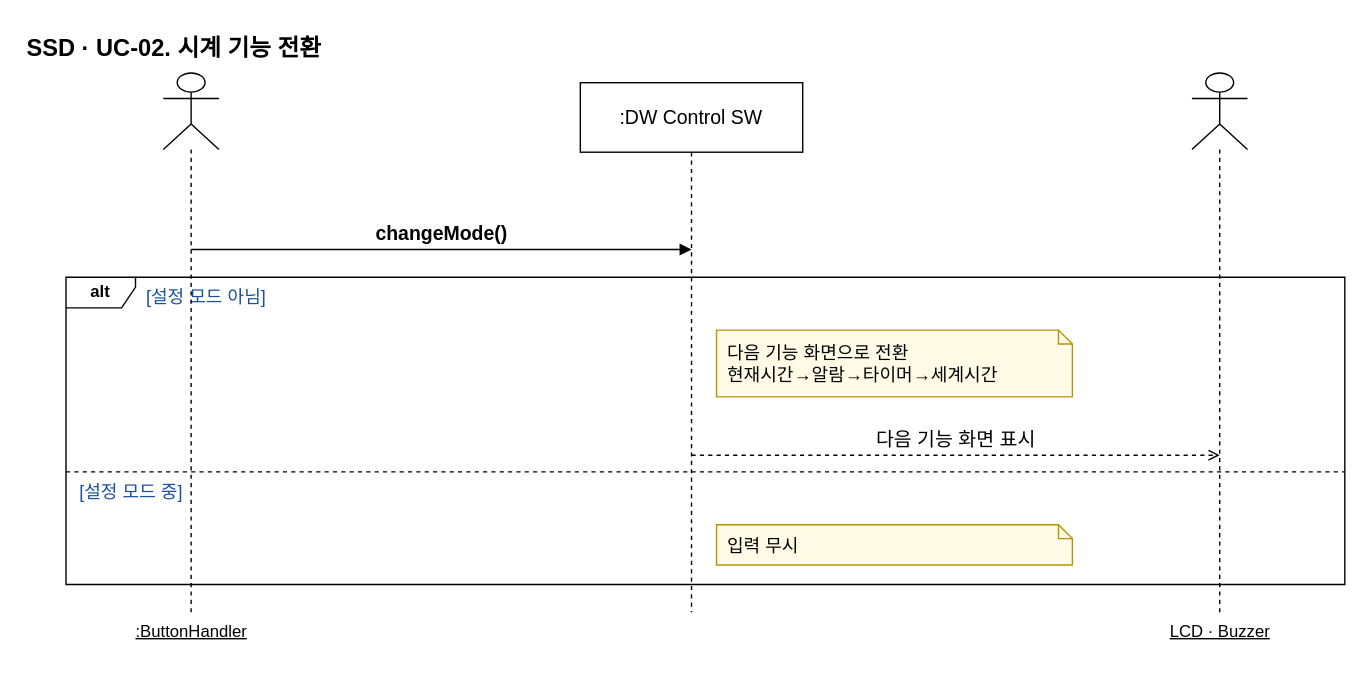
Above: page "UC-02" (2 of 12) of docs/OOAD/practice/ssd/DigitalWatch_SSD.drawio in sspring2048/AssoArch (draw.io), before the change. Source tidied: cells renumbered, new cells numbered last; positions are measured from the earlier drawing's top-left corner, leaving out a move shared by most shapes. Both pictures are drawn from the tidied source at 139%, with x=0, y=0 at pixel (24, 24).
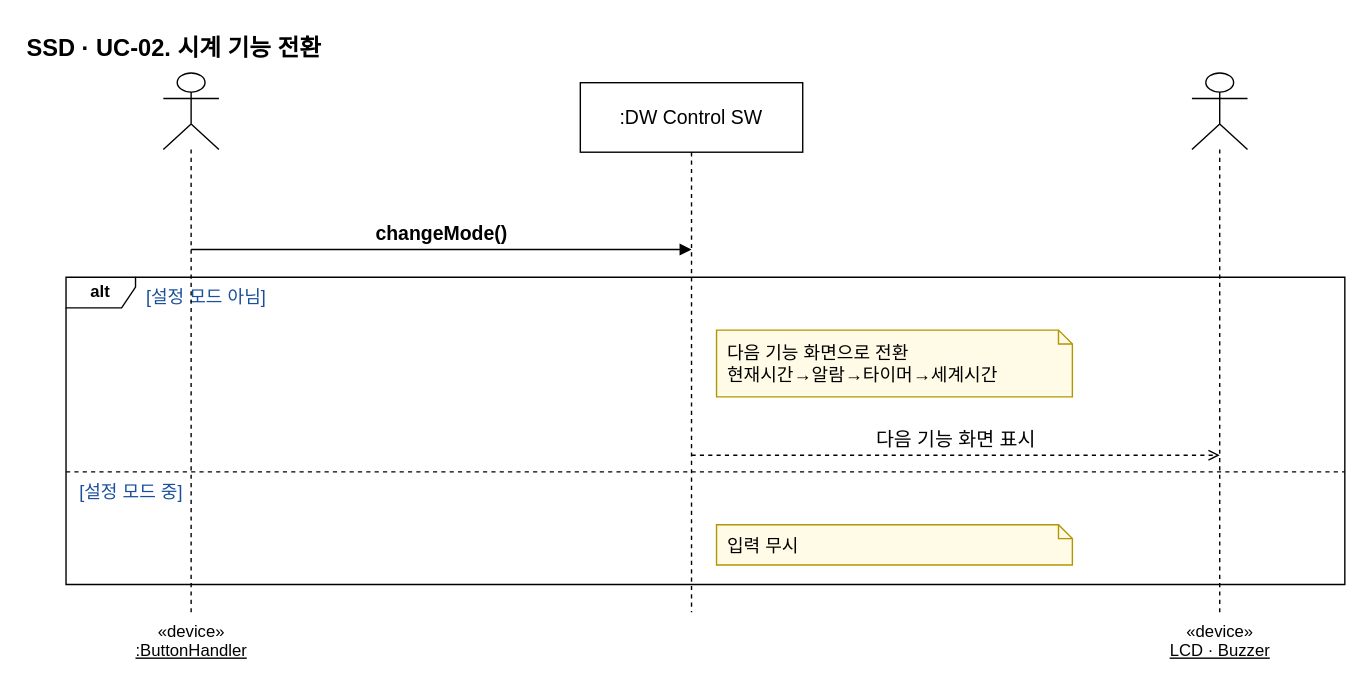
The same diagram, later.

What changed in the source:
```diff
@@
 <mxGraphModel>
   <root>
     <mxCell id="0" />
     <mxCell id="1" parent="0" />
     <mxCell id="2" value="SSD · UC-02. 시계 기능 전환" style="text;fontSize=17;fontStyle=1;align=left;" parent="1" vertex="1">
       <mxGeometry width="500" height="30" as="geometry" />
     </mxCell>
     <mxCell id="3" value="alt" style="shape=umlFrame;whiteSpace=wrap;html=1;width=50;height=22;fontStyle=1;fillColor=none;" parent="1" vertex="1">
       <mxGeometry x="30" y="182" width="920" height="221" as="geometry" />
     </mxCell>
     <mxCell id="4" value="[설정 모드 아님]" style="text;fontSize=13;fontColor=#1a4f9c;align=left;" parent="1" vertex="1">
       <mxGeometry x="86" y="182" width="854" height="22" as="geometry" />
     </mxCell>
     <mxCell id="5" style="endArrow=none;dashed=1;html=1;" parent="1" edge="1">
       <mxGeometry relative="1" as="geometry">
         <mxPoint x="30" y="322" as="sourcePoint" />
         <mxPoint x="950" y="322" as="targetPoint" />
       </mxGeometry>
     </mxCell>
     <mxCell id="6" value="[설정 모드 중]" style="text;fontSize=13;fontColor=#1a4f9c;align=left;" parent="1" vertex="1">
       <mxGeometry x="38" y="322" width="902" height="22" as="geometry" />
     </mxCell>
-    <mxCell id="7" value=":ButtonHandler" style="shape=umlLifeline;participant=umlActor;perimeter=lifelinePerimeter;html=1;size=55;verticalLabelPosition=bottom;verticalAlign=top;fontStyle=4;" parent="1" vertex="1">
+    <mxCell id="7" value="«device»&lt;br&gt;&lt;u&gt;:ButtonHandler&lt;/u&gt;" style="shape=umlLifeline;participant=umlActor;perimeter=lifelinePerimeter;html=1;size=55;verticalLabelPosition=bottom;verticalAlign=top;html=1;" parent="1" vertex="1">
       <mxGeometry x="100" y="35" width="40" height="388" as="geometry" />
     </mxCell>
     <mxCell id="8" value=":DW Control SW" style="shape=umlLifeline;perimeter=lifelinePerimeter;whiteSpace=wrap;html=1;size=50;fontSize=14;" parent="1" vertex="1">
       <mxGeometry x="400" y="42" width="160" height="381" as="geometry" />
     </mxCell>
-    <mxCell id="9" value="LCD · Buzzer" style="shape=umlLifeline;participant=umlActor;perimeter=lifelinePerimeter;html=1;size=55;verticalLabelPosition=bottom;verticalAlign=top;fontStyle=4;" parent="1" vertex="1">
+    <mxCell id="9" value="«device»&lt;br&gt;&lt;u&gt;LCD · Buzzer&lt;/u&gt;" style="shape=umlLifeline;participant=umlActor;perimeter=lifelinePerimeter;html=1;size=55;verticalLabelPosition=bottom;verticalAlign=top;html=1;" parent="1" vertex="1">
       <mxGeometry x="840" y="35" width="40" height="388" as="geometry" />
     </mxCell>
     <mxCell id="10" value="changeMode()" style="html=1;verticalAlign=bottom;fontSize=14;endArrow=block;endFill=1;fontStyle=1;" parent="1" edge="1">
       <mxGeometry relative="1" as="geometry">
         <mxPoint x="120" y="162" as="sourcePoint" />
         <mxPoint x="480" y="162" as="targetPoint" />
       </mxGeometry>
     </mxCell>
     <mxCell id="11" value="다음 기능 화면으로 전환&lt;br&gt;현재시간→알람→타이머→세계시간" style="shape=note;size=10;whiteSpace=wrap;html=1;align=left;spacingLeft=6;fontSize=13;fillColor=#fffbe6;strokeColor=#b39500;" parent="1" vertex="1">
       <mxGeometry x="498" y="220" width="256" height="48" as="geometry" />
     </mxCell>
     <mxCell id="12" value="다음 기능 화면 표시" style="html=1;verticalAlign=bottom;fontSize=14;endArrow=open;dashed=1;" parent="1" edge="1">
       <mxGeometry relative="1" as="geometry">
         <mxPoint x="480" y="310" as="sourcePoint" />
         <mxPoint x="860" y="310" as="targetPoint" />
       </mxGeometry>
     </mxCell>
     <mxCell id="13" value="입력 무시" style="shape=note;size=10;whiteSpace=wrap;html=1;align=left;spacingLeft=6;fontSize=13;fillColor=#fffbe6;strokeColor=#b39500;" parent="1" vertex="1">
       <mxGeometry x="498" y="360" width="256" height="29" as="geometry" />
     </mxCell>
   </root>
 </mxGraphModel>
```
